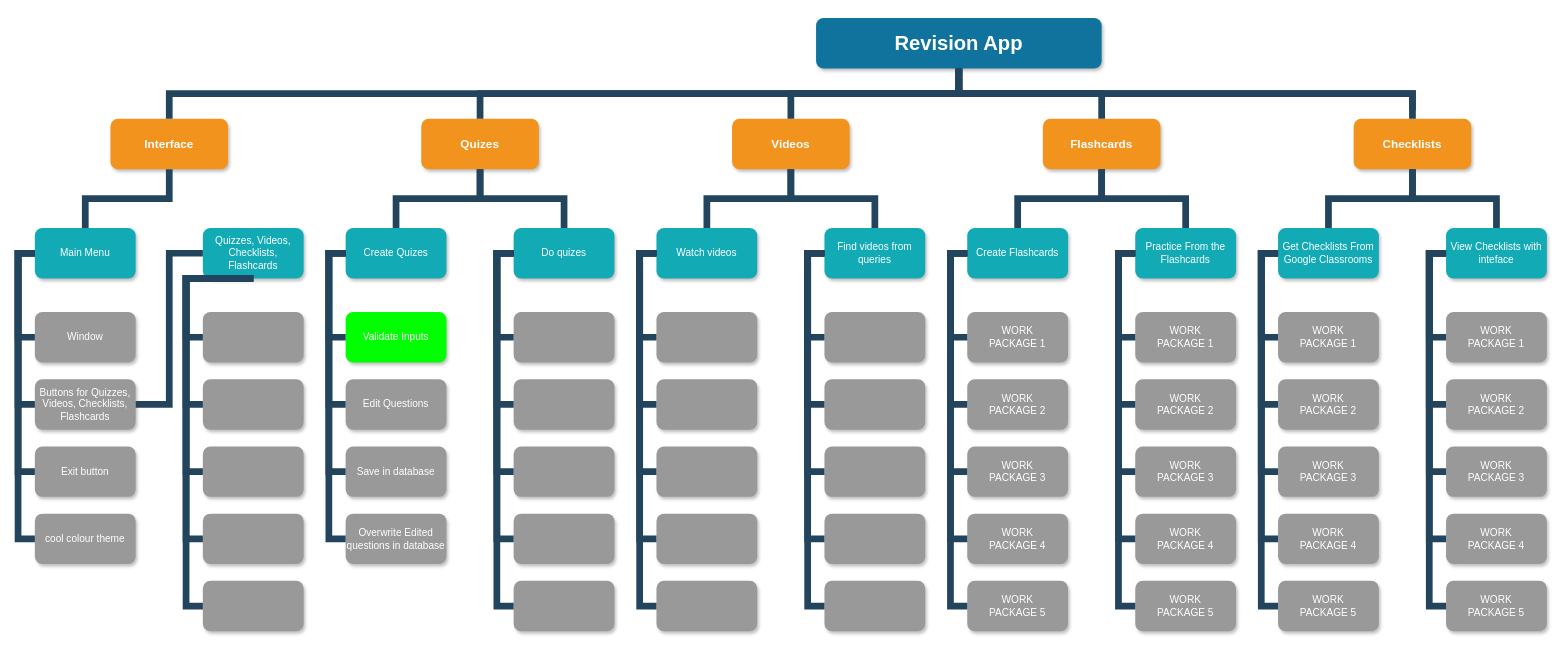
Before: Untitled Diagram.drawio in AragornOfKebroyd/AragornOfKebroyd, a draw.io diagram. Source tidied: cells renumbered, new cells numbered last; positions are measured from the earlier drawing's top-left corner, leaving out a move shared by most shapes. Both pictures are drawn from the tidied source at 84%, with x=0, y=0 at pixel (18, 18).
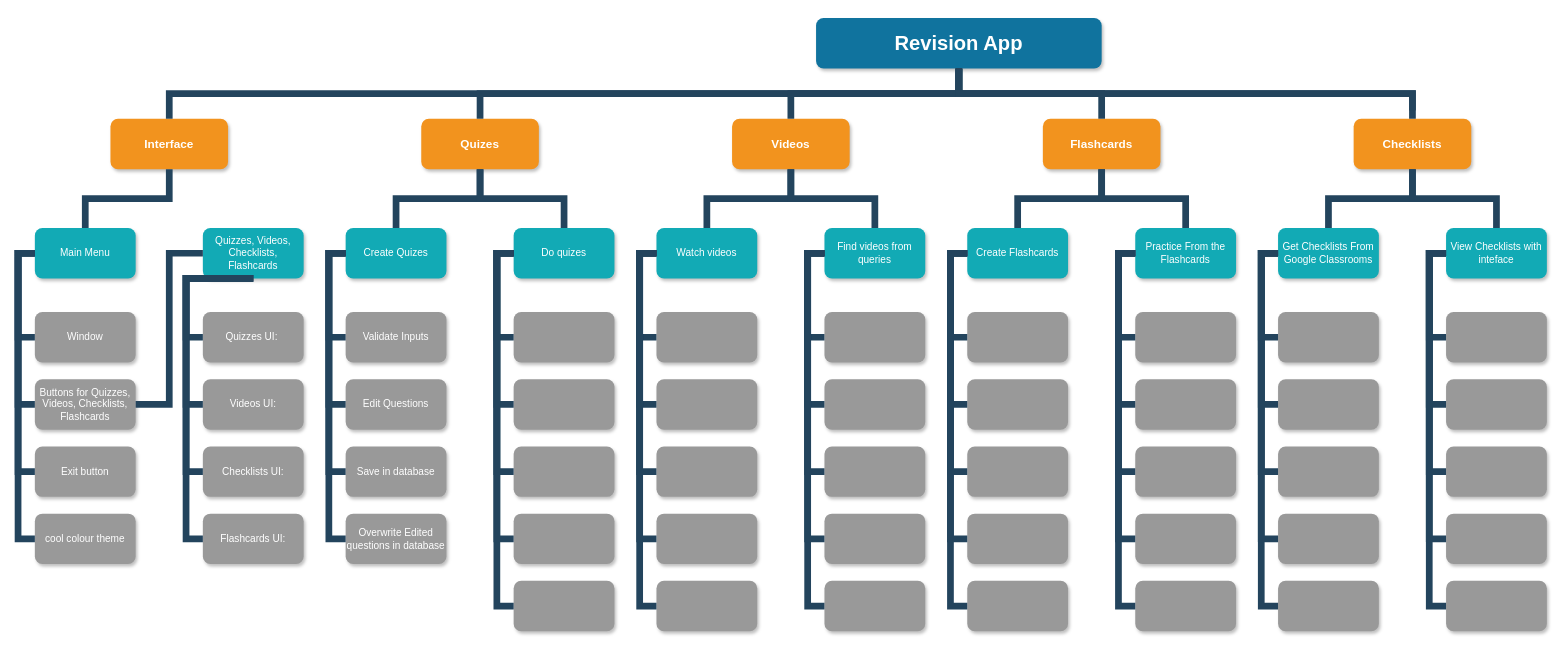
Above is the later version.

Diff of the diagram source:
```diff
@@
-    <mxCell id="14" style="whiteSpace=wrap;rounded=1;fillColor=#999999;strokeColor=none;shadow=1;fontColor=#FFFFFF;fontStyle=0;" parent="1" vertex="1">
+    <mxCell id="14" value="Quizzes UI: " style="whiteSpace=wrap;rounded=1;fillColor=#999999;strokeColor=none;shadow=1;fontColor=#FFFFFF;fontStyle=0;" parent="1" vertex="1">
       <mxGeometry x="220" y="350" width="120" height="60" as="geometry" />
     </mxCell>
-    <mxCell id="15" style="whiteSpace=wrap;rounded=1;fillColor=#999999;strokeColor=none;shadow=1;fontColor=#FFFFFF;fontStyle=0;" parent="1" vertex="1">
+    <mxCell id="15" value="Videos UI:" style="whiteSpace=wrap;rounded=1;fillColor=#999999;strokeColor=none;shadow=1;fontColor=#FFFFFF;fontStyle=0;" parent="1" vertex="1">
       <mxGeometry x="220" y="430" width="120" height="60" as="geometry" />
     </mxCell>
-    <mxCell id="16" style="whiteSpace=wrap;rounded=1;fillColor=#999999;strokeColor=none;shadow=1;fontColor=#FFFFFF;fontStyle=0;" parent="1" vertex="1">
+    <mxCell id="16" value="Checklists UI:" style="whiteSpace=wrap;rounded=1;fillColor=#999999;strokeColor=none;shadow=1;fontColor=#FFFFFF;fontStyle=0;" parent="1" vertex="1">
       <mxGeometry x="220" y="510" width="120" height="60" as="geometry" />
     </mxCell>
-    <mxCell id="17" style="whiteSpace=wrap;rounded=1;fillColor=#999999;strokeColor=none;shadow=1;fontColor=#FFFFFF;fontStyle=0;" parent="1" vertex="1">
+    <mxCell id="17" value="Flashcards UI:" style="whiteSpace=wrap;rounded=1;fillColor=#999999;strokeColor=none;shadow=1;fontColor=#FFFFFF;fontStyle=0;" parent="1" vertex="1">
       <mxGeometry x="220" y="590" width="120" height="60" as="geometry" />
     </mxCell>
-    <mxCell id="18" style="whiteSpace=wrap;rounded=1;fillColor=#999999;strokeColor=none;shadow=1;fontColor=#FFFFFF;fontStyle=0;" parent="1" vertex="1">
-      <mxGeometry x="220" y="670" width="120" height="60" as="geometry" />
-    </mxCell>
@@
-    <mxCell id="21" value="Validate Inputs" style="whiteSpace=wrap;rounded=1;fillColor=#00FF00;strokeColor=none;shadow=1;fontColor=#FFFFFF;fontStyle=0;" parent="1" vertex="1">
+    <mxCell id="21" value="Validate Inputs" style="whiteSpace=wrap;rounded=1;fillColor=#999999;strokeColor=none;shadow=1;fontColor=#FFFFFF;fontStyle=0;" parent="1" vertex="1">
       <mxGeometry x="390" y="350" width="120" height="60" as="geometry" />
     </mxCell>
@@
-    <mxCell id="71" value="WORK&#10;PACKAGE 1" style="whiteSpace=wrap;rounded=1;fillColor=#999999;strokeColor=none;shadow=1;fontColor=#FFFFFF;fontStyle=0;" parent="1" vertex="1">
+    <mxCell id="71" style="whiteSpace=wrap;rounded=1;fillColor=#999999;strokeColor=none;shadow=1;fontColor=#FFFFFF;fontStyle=0;" parent="1" vertex="1">
       <mxGeometry x="1130" y="350" width="120" height="60" as="geometry" />
     </mxCell>
-    <mxCell id="72" value="WORK&#10;PACKAGE 2" style="whiteSpace=wrap;rounded=1;fillColor=#999999;strokeColor=none;shadow=1;fontColor=#FFFFFF;fontStyle=0;" parent="1" vertex="1">
+    <mxCell id="72" style="whiteSpace=wrap;rounded=1;fillColor=#999999;strokeColor=none;shadow=1;fontColor=#FFFFFF;fontStyle=0;" parent="1" vertex="1">
       <mxGeometry x="1130" y="430" width="120" height="60" as="geometry" />
     </mxCell>
-    <mxCell id="73" value="WORK&#10;PACKAGE 3" style="whiteSpace=wrap;rounded=1;fillColor=#999999;strokeColor=none;shadow=1;fontColor=#FFFFFF;fontStyle=0;" parent="1" vertex="1">
+    <mxCell id="73" style="whiteSpace=wrap;rounded=1;fillColor=#999999;strokeColor=none;shadow=1;fontColor=#FFFFFF;fontStyle=0;" parent="1" vertex="1">
       <mxGeometry x="1130" y="510" width="120" height="60" as="geometry" />
     </mxCell>
-    <mxCell id="74" value="WORK&#10;PACKAGE 4" style="whiteSpace=wrap;rounded=1;fillColor=#999999;strokeColor=none;shadow=1;fontColor=#FFFFFF;fontStyle=0;" parent="1" vertex="1">
+    <mxCell id="74" style="whiteSpace=wrap;rounded=1;fillColor=#999999;strokeColor=none;shadow=1;fontColor=#FFFFFF;fontStyle=0;" parent="1" vertex="1">
       <mxGeometry x="1130" y="590" width="120" height="60" as="geometry" />
     </mxCell>
-    <mxCell id="75" value="WORK&#10;PACKAGE 5" style="whiteSpace=wrap;rounded=1;fillColor=#999999;strokeColor=none;shadow=1;fontColor=#FFFFFF;fontStyle=0;" parent="1" vertex="1">
+    <mxCell id="75" style="whiteSpace=wrap;rounded=1;fillColor=#999999;strokeColor=none;shadow=1;fontColor=#FFFFFF;fontStyle=0;" parent="1" vertex="1">
       <mxGeometry x="1130" y="670" width="120" height="60" as="geometry" />
     </mxCell>
-    <mxCell id="76" value="WORK&#10;PACKAGE 1" style="whiteSpace=wrap;rounded=1;fillColor=#999999;strokeColor=none;shadow=1;fontColor=#FFFFFF;fontStyle=0;" parent="1" vertex="1">
+    <mxCell id="76" style="whiteSpace=wrap;rounded=1;fillColor=#999999;strokeColor=none;shadow=1;fontColor=#FFFFFF;fontStyle=0;" parent="1" vertex="1">
       <mxGeometry x="1330" y="350" width="120" height="60" as="geometry" />
     </mxCell>
-    <mxCell id="77" value="WORK&#10;PACKAGE 2" style="whiteSpace=wrap;rounded=1;fillColor=#999999;strokeColor=none;shadow=1;fontColor=#FFFFFF;fontStyle=0;" parent="1" vertex="1">
+    <mxCell id="77" style="whiteSpace=wrap;rounded=1;fillColor=#999999;strokeColor=none;shadow=1;fontColor=#FFFFFF;fontStyle=0;" parent="1" vertex="1">
       <mxGeometry x="1330" y="430" width="120" height="60" as="geometry" />
     </mxCell>
-    <mxCell id="78" value="WORK&#10;PACKAGE 3" style="whiteSpace=wrap;rounded=1;fillColor=#999999;strokeColor=none;shadow=1;fontColor=#FFFFFF;fontStyle=0;" parent="1" vertex="1">
+    <mxCell id="78" style="whiteSpace=wrap;rounded=1;fillColor=#999999;strokeColor=none;shadow=1;fontColor=#FFFFFF;fontStyle=0;" parent="1" vertex="1">
       <mxGeometry x="1330" y="510" width="120" height="60" as="geometry" />
     </mxCell>
-    <mxCell id="79" value="WORK&#10;PACKAGE 4" style="whiteSpace=wrap;rounded=1;fillColor=#999999;strokeColor=none;shadow=1;fontColor=#FFFFFF;fontStyle=0;" parent="1" vertex="1">
+    <mxCell id="79" style="whiteSpace=wrap;rounded=1;fillColor=#999999;strokeColor=none;shadow=1;fontColor=#FFFFFF;fontStyle=0;" parent="1" vertex="1">
       <mxGeometry x="1330" y="590" width="120" height="60" as="geometry" />
     </mxCell>
-    <mxCell id="80" value="WORK&#10;PACKAGE 5" style="whiteSpace=wrap;rounded=1;fillColor=#999999;strokeColor=none;shadow=1;fontColor=#FFFFFF;fontStyle=0;" parent="1" vertex="1">
+    <mxCell id="80" style="whiteSpace=wrap;rounded=1;fillColor=#999999;strokeColor=none;shadow=1;fontColor=#FFFFFF;fontStyle=0;" parent="1" vertex="1">
       <mxGeometry x="1330" y="670" width="120" height="60" as="geometry" />
     </mxCell>
@@
-    <mxCell id="93" value="WORK&#10;PACKAGE 1" style="whiteSpace=wrap;rounded=1;fillColor=#999999;strokeColor=none;shadow=1;fontColor=#FFFFFF;fontStyle=0;" parent="1" vertex="1">
+    <mxCell id="93" style="whiteSpace=wrap;rounded=1;fillColor=#999999;strokeColor=none;shadow=1;fontColor=#FFFFFF;fontStyle=0;" parent="1" vertex="1">
       <mxGeometry x="1500" y="350" width="120" height="60" as="geometry" />
     </mxCell>
-    <mxCell id="94" value="WORK&#10;PACKAGE 2" style="whiteSpace=wrap;rounded=1;fillColor=#999999;strokeColor=none;shadow=1;fontColor=#FFFFFF;fontStyle=0;" parent="1" vertex="1">
+    <mxCell id="94" style="whiteSpace=wrap;rounded=1;fillColor=#999999;strokeColor=none;shadow=1;fontColor=#FFFFFF;fontStyle=0;" parent="1" vertex="1">
       <mxGeometry x="1500" y="430" width="120" height="60" as="geometry" />
     </mxCell>
-    <mxCell id="95" value="WORK&#10;PACKAGE 3" style="whiteSpace=wrap;rounded=1;fillColor=#999999;strokeColor=none;shadow=1;fontColor=#FFFFFF;fontStyle=0;" parent="1" vertex="1">
+    <mxCell id="95" style="whiteSpace=wrap;rounded=1;fillColor=#999999;strokeColor=none;shadow=1;fontColor=#FFFFFF;fontStyle=0;" parent="1" vertex="1">
       <mxGeometry x="1500" y="510" width="120" height="60" as="geometry" />
     </mxCell>
-    <mxCell id="96" value="WORK&#10;PACKAGE 4" style="whiteSpace=wrap;rounded=1;fillColor=#999999;strokeColor=none;shadow=1;fontColor=#FFFFFF;fontStyle=0;" parent="1" vertex="1">
+    <mxCell id="96" style="whiteSpace=wrap;rounded=1;fillColor=#999999;strokeColor=none;shadow=1;fontColor=#FFFFFF;fontStyle=0;" parent="1" vertex="1">
       <mxGeometry x="1500" y="590" width="120" height="60" as="geometry" />
     </mxCell>
-    <mxCell id="97" value="WORK&#10;PACKAGE 5" style="whiteSpace=wrap;rounded=1;fillColor=#999999;strokeColor=none;shadow=1;fontColor=#FFFFFF;fontStyle=0;" parent="1" vertex="1">
+    <mxCell id="97" style="whiteSpace=wrap;rounded=1;fillColor=#999999;strokeColor=none;shadow=1;fontColor=#FFFFFF;fontStyle=0;" parent="1" vertex="1">
       <mxGeometry x="1500" y="670" width="120" height="60" as="geometry" />
     </mxCell>
-    <mxCell id="98" value="WORK&#10;PACKAGE 1" style="whiteSpace=wrap;rounded=1;fillColor=#999999;strokeColor=none;shadow=1;fontColor=#FFFFFF;fontStyle=0;" parent="1" vertex="1">
+    <mxCell id="98" style="whiteSpace=wrap;rounded=1;fillColor=#999999;strokeColor=none;shadow=1;fontColor=#FFFFFF;fontStyle=0;" parent="1" vertex="1">
       <mxGeometry x="1700" y="350" width="120" height="60" as="geometry" />
     </mxCell>
-    <mxCell id="99" value="WORK&#10;PACKAGE 2" style="whiteSpace=wrap;rounded=1;fillColor=#999999;strokeColor=none;shadow=1;fontColor=#FFFFFF;fontStyle=0;" parent="1" vertex="1">
+    <mxCell id="99" style="whiteSpace=wrap;rounded=1;fillColor=#999999;strokeColor=none;shadow=1;fontColor=#FFFFFF;fontStyle=0;" parent="1" vertex="1">
       <mxGeometry x="1700" y="430" width="120" height="60" as="geometry" />
     </mxCell>
-    <mxCell id="100" value="WORK&#10;PACKAGE 3" style="whiteSpace=wrap;rounded=1;fillColor=#999999;strokeColor=none;shadow=1;fontColor=#FFFFFF;fontStyle=0;" parent="1" vertex="1">
+    <mxCell id="100" style="whiteSpace=wrap;rounded=1;fillColor=#999999;strokeColor=none;shadow=1;fontColor=#FFFFFF;fontStyle=0;" parent="1" vertex="1">
       <mxGeometry x="1700" y="510" width="120" height="60" as="geometry" />
     </mxCell>
-    <mxCell id="101" value="WORK&#10;PACKAGE 4" style="whiteSpace=wrap;rounded=1;fillColor=#999999;strokeColor=none;shadow=1;fontColor=#FFFFFF;fontStyle=0;" parent="1" vertex="1">
+    <mxCell id="101" style="whiteSpace=wrap;rounded=1;fillColor=#999999;strokeColor=none;shadow=1;fontColor=#FFFFFF;fontStyle=0;" parent="1" vertex="1">
       <mxGeometry x="1700" y="590" width="120" height="60" as="geometry" />
     </mxCell>
-    <mxCell id="102" value="WORK&#10;PACKAGE 5" style="whiteSpace=wrap;rounded=1;fillColor=#999999;strokeColor=none;shadow=1;fontColor=#FFFFFF;fontStyle=0;" parent="1" vertex="1">
+    <mxCell id="102" style="whiteSpace=wrap;rounded=1;fillColor=#999999;strokeColor=none;shadow=1;fontColor=#FFFFFF;fontStyle=0;" parent="1" vertex="1">
       <mxGeometry x="1700" y="670" width="120" height="60" as="geometry" />
     </mxCell>
@@
-    <mxCell id="129" style="edgeStyle=elbowEdgeStyle;rounded=0;fontColor=#000000;endArrow=none;endFill=0;strokeWidth=8;strokeColor=#23445D;entryX=0.5;entryY=1;entryDx=0;entryDy=0;exitX=0;exitY=0.5;exitDx=0;exitDy=0;" parent="1" edge="1" source="18">
-      <mxGeometry relative="1" as="geometry">
-        <mxPoint x="280" y="310" as="targetPoint" />
-        <Array as="points">
-          <mxPoint x="200" y="350" />
-        </Array>
-      </mxGeometry>
-    </mxCell>
```
